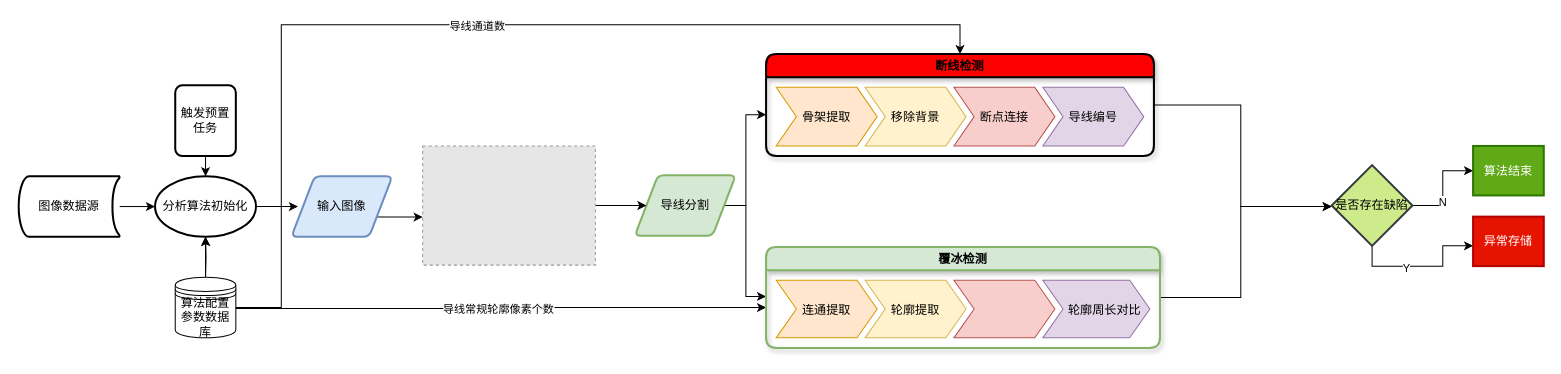
Earlier version of the draw.io diagram 输电路导线检测算法设计架构.drawio (paleblackless/diagrams). Source tidied: cells renumbered, new cells numbered last; positions are measured from the earlier drawing's top-left corner, leaving out a move shared by most shapes. Both pictures are drawn from the tidied source at 101%, with x=0, y=0 at pixel (18, 24). Pictures stored in the file or linked from it are replaced by grey dashed boxes.
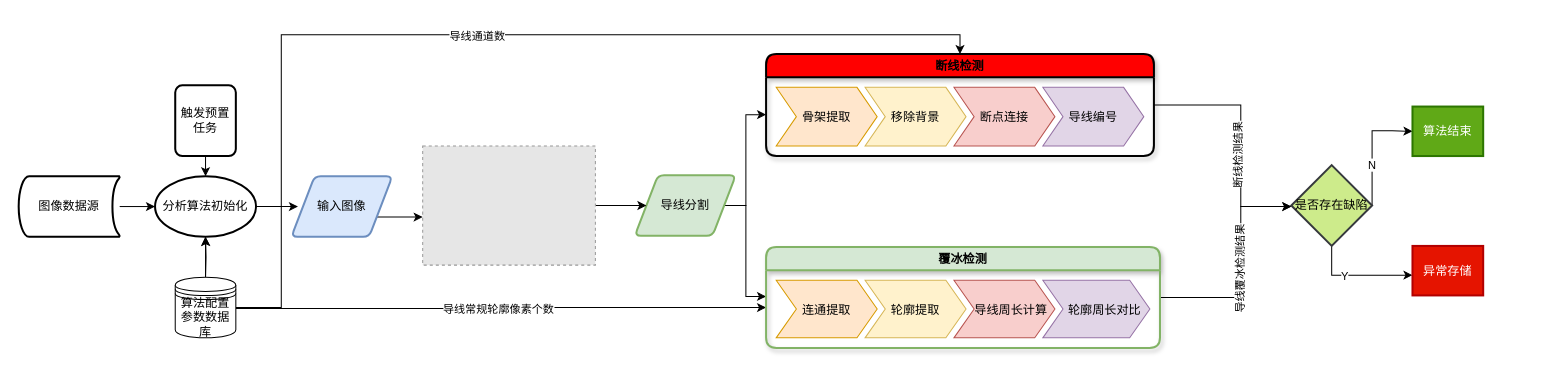
The same diagram, later.

Commit message (it also covers changes not shown here):
Update 输电路导线检测算法设计架构.drawio

The change refers to these unchanged cells:
```xml
<mxCell id="15" value="算法配置参数数据库" style="shape=datastore;whiteSpace=wrap;html=1;" parent="1" vertex="1">
  <mxGeometry x="155" y="250" width="60" height="60" as="geometry" />
</mxCell>
<mxCell id="17" value="断线检测" style="swimlane;horizontal=1;fillColor=#FF0000;strokeColor=default;stackBorder=10;align=center;points=[];fontColor=#000000;strokeWidth=2;rounded=1;shadow=1;" parent="1" vertex="1">
  <mxGeometry x="740" y="29" width="384" height="101" as="geometry" />
</mxCell>
<mxCell id="27" value="覆冰检测" style="swimlane;horizontal=1;fillColor=#d5e8d4;strokeColor=#82b366;stackBorder=10;align=center;points=[];strokeWidth=2;rounded=1;shadow=1;startSize=23;" parent="1" vertex="1">
  <mxGeometry x="740" y="220" width="390" height="100" as="geometry" />
</mxCell>
```

The edit, as a diff of the source:
```diff
@@
     <mxCell id="11" style="edgeStyle=orthogonalEdgeStyle;rounded=0;jettySize=auto;html=1;exitX=1;exitY=0.5;exitDx=0;exitDy=0;" parent="1" edge="1" source="15" target="17">
       <mxGeometry relative="1" as="geometry">
         <Array as="points">
           <mxPoint x="260" y="280" />
-          <mxPoint x="260" />
-          <mxPoint x="932" />
+          <mxPoint x="260" y="10" />
+          <mxPoint x="932" y="10" />
         </Array>
       </mxGeometry>
     </mxCell>
@@
-    <mxCell id="16" style="edgeStyle=orthogonalEdgeStyle;rounded=0;jettySize=auto;html=1;entryX=0;entryY=0.5;entryDx=0;entryDy=0;entryPerimeter=0;" parent="1" edge="1" source="17">
+    <mxCell id="16" style="edgeStyle=orthogonalEdgeStyle;rounded=0;jettySize=auto;html=1;" parent="1" edge="1" source="17">
       <mxGeometry relative="1" as="geometry">
-        <mxPoint x="1300" y="180" as="targetPoint" />
+        <mxPoint x="1260" y="180" as="targetPoint" />
         <Array as="points">
           <mxPoint x="1210" y="80" />
           <mxPoint x="1210" y="180" />
         </Array>
       </mxGeometry>
     </mxCell>
+    <mxCell id="41" value="断线检测结果" style="edgeLabel;html=1;align=center;verticalAlign=middle;horizontal=0;" parent="16" vertex="1">
+      <mxGeometry x="0.03" y="-3" relative="1" as="geometry">
+        <mxPoint y="15" as="offset" />
+      </mxGeometry>
+    </mxCell>
@@
-    <mxCell id="26" style="edgeStyle=orthogonalEdgeStyle;rounded=0;jettySize=auto;html=1;entryX=0;entryY=0.5;entryDx=0;entryDy=0;entryPerimeter=0;" parent="1" edge="1" source="27">
+    <mxCell id="26" style="edgeStyle=orthogonalEdgeStyle;rounded=0;jettySize=auto;html=1;" parent="1" edge="1" source="27">
       <mxGeometry relative="1" as="geometry">
-        <mxPoint x="1300" y="180" as="targetPoint" />
+        <mxPoint x="1260" y="180" as="targetPoint" />
         <Array as="points">
           <mxPoint x="1210" y="270" />
           <mxPoint x="1210" y="180" />
         </Array>
       </mxGeometry>
     </mxCell>
+    <mxCell id="42" value="导线覆冰检测结果" style="edgeLabel;html=1;align=center;verticalAlign=middle;horizontal=0;" parent="26" vertex="1">
+      <mxGeometry x="-0.46" y="1" relative="1" as="geometry">
+        <mxPoint x="20" y="-26" as="offset" />
+      </mxGeometry>
+    </mxCell>
@@
-    <mxCell id="30" style="shape=step;perimeter=stepPerimeter;fixedSize=1;fillColor=#f8cecc;strokeColor=#b85450;" parent="27" vertex="1">
+    <mxCell id="30" value="    导线周长计算" style="shape=step;perimeter=stepPerimeter;fixedSize=1;fillColor=#f8cecc;strokeColor=#b85450;" parent="27" vertex="1">
       <mxGeometry x="186" y="33" width="100" height="57" as="geometry" />
     </mxCell>
@@
     <mxCell id="32" style="edgeStyle=orthogonalEdgeStyle;rounded=0;jettySize=auto;html=1;exitX=1;exitY=0.5;exitDx=0;exitDy=0;entryX=0;entryY=0.5;entryDx=0;entryDy=0;" parent="1" edge="1" source="36" target="37">
-      <mxGeometry relative="1" as="geometry" />
+      <mxGeometry relative="1" as="geometry">
+        <Array as="points">
+          <mxPoint x="1340" y="105" />
+          <mxPoint x="1360" y="105" />
+        </Array>
+      </mxGeometry>
     </mxCell>
@@
     <mxCell id="36" value="是否存在缺陷" style="rhombus;whiteSpace=wrap;html=1;rounded=0;shadow=0;sketch=0;strokeColor=#36393d;strokeWidth=2;fillColor=#cdeb8b;" parent="1" vertex="1">
-      <mxGeometry x="1300" y="139" width="80" height="80" as="geometry" />
+      <mxGeometry x="1260" y="139" width="80" height="80" as="geometry" />
     </mxCell>
     <mxCell id="37" value="算法结束" style="rounded=0;whiteSpace=wrap;html=1;shadow=0;sketch=0;strokeColor=#2D7600;strokeWidth=2;fillColor=#60a917;fontColor=#ffffff;" parent="1" vertex="1">
-      <mxGeometry x="1440" y="120" width="70" height="49" as="geometry" />
+      <mxGeometry x="1380" y="81" width="70" height="49" as="geometry" />
     </mxCell>
     <mxCell id="38" value="异常存储" style="rounded=0;whiteSpace=wrap;html=1;shadow=0;sketch=0;strokeColor=#B20000;strokeWidth=2;fillColor=#e51400;fontColor=#ffffff;" parent="1" vertex="1">
-      <mxGeometry x="1440" y="190" width="70" height="49" as="geometry" />
+      <mxGeometry x="1380" y="219" width="70" height="49" as="geometry" />
     </mxCell>
```
